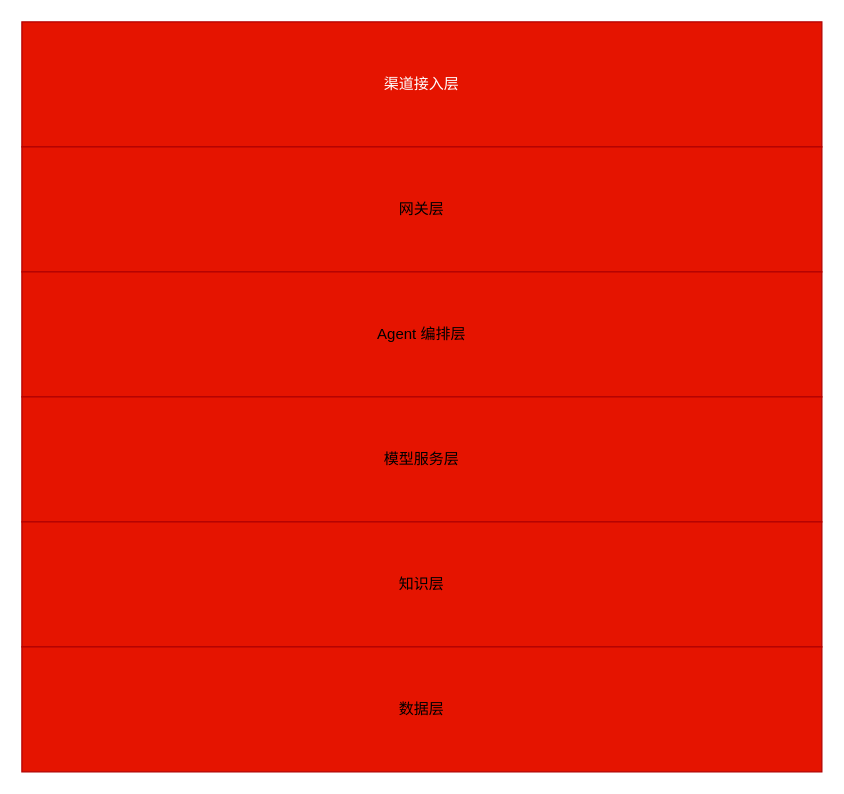
Before: agent 架构.drawio in Que1511/PP_T, a draw.io diagram. Source tidied: cells renumbered, new cells numbered last; positions are measured from the earlier drawing's top-left corner, leaving out a move shared by most shapes. Both pictures are drawn from the tidied source at 125%, with x=0, y=0 at pixel (21, 21).
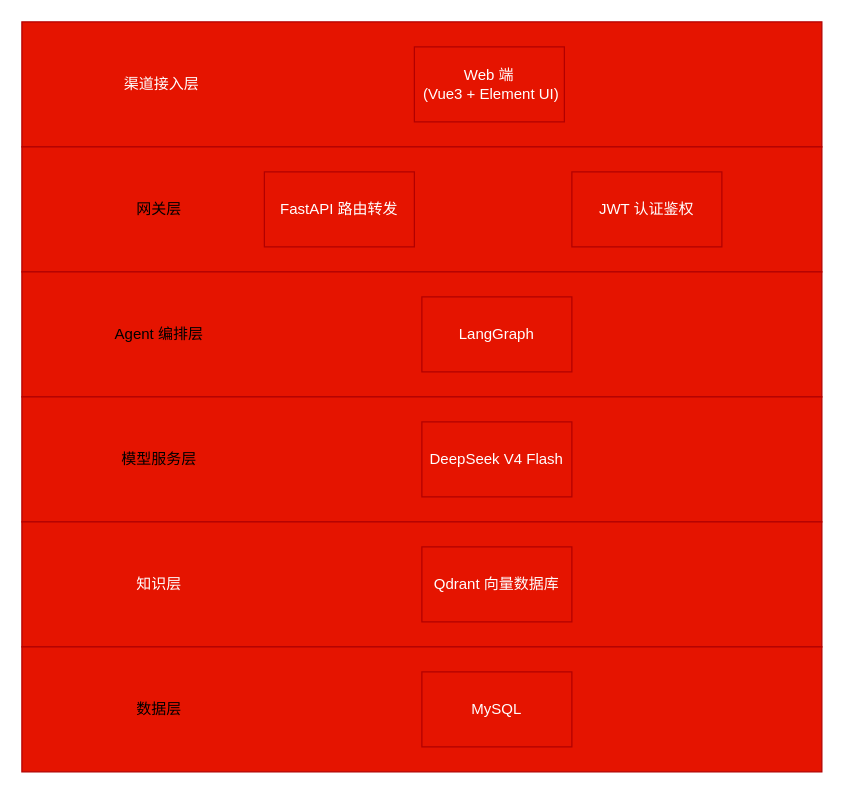
Above is the later version.

Change to the diagram source:
```diff
@@
 <mxGraphModel>
   <root>
     <mxCell id="0" />
     <mxCell id="1" parent="0" />
-    <mxCell id="2" value="渠道接入层" style="rounded=0;whiteSpace=wrap;html=1;fillColor=light-dark(#E51400,#FFFFFF);strokeColor=#B20000;fontColor=#ffffff;" parent="1" vertex="1">
+    <mxCell id="2" value="&lt;span style=&quot;white-space: pre;&quot;&gt;&#9;&lt;/span&gt;&lt;span style=&quot;white-space: pre;&quot;&gt;&#9;&lt;/span&gt;&lt;span style=&quot;white-space: pre;&quot;&gt;&#9;&lt;/span&gt;渠道接入层" style="rounded=0;whiteSpace=wrap;html=1;fillColor=light-dark(#E51400,#FFFFFF);strokeColor=#B20000;fontColor=#ffffff;align=left;" parent="1" vertex="1">
       <mxGeometry width="640" height="100" as="geometry" />
     </mxCell>
     <mxCell id="3" style="rounded=0;whiteSpace=wrap;html=1;fillColor=light-dark(#E51400,#FFFFFF);strokeColor=#B20000;fontColor=#ffffff;" parent="1" vertex="1">
       <mxGeometry y="100" width="640" height="100" as="geometry" />
     </mxCell>
     <mxCell id="4" style="rounded=0;whiteSpace=wrap;html=1;fillColor=light-dark(#E51400,#FFFFFF);strokeColor=#B20000;fontColor=#ffffff;" parent="1" vertex="1">
       <mxGeometry y="200" width="640" height="100" as="geometry" />
     </mxCell>
     <mxCell id="5" style="rounded=0;whiteSpace=wrap;html=1;fillColor=light-dark(#E51400,#FFFFFF);strokeColor=#B20000;fontColor=#ffffff;" parent="1" vertex="1">
       <mxGeometry y="300" width="640" height="100" as="geometry" />
     </mxCell>
-    <mxCell id="6" style="rounded=0;whiteSpace=wrap;html=1;fillColor=light-dark(#E51400,#FFFFFF);strokeColor=#B20000;fontColor=#ffffff;" parent="1" vertex="1">
+    <mxCell id="6" value="&lt;span style=&quot;white-space: pre;&quot;&gt;&#9;&lt;/span&gt;&lt;span style=&quot;white-space: pre;&quot;&gt;&#9;&lt;/span&gt;&lt;span style=&quot;white-space: pre;&quot;&gt;&#9;&lt;/span&gt;&amp;nbsp; &amp;nbsp;知识层" style="rounded=0;whiteSpace=wrap;html=1;fillColor=light-dark(#E51400,#FFFFFF);strokeColor=#B20000;fontColor=#ffffff;align=left;" parent="1" vertex="1">
       <mxGeometry y="400" width="640" height="100" as="geometry" />
     </mxCell>
     <mxCell id="7" style="rounded=0;whiteSpace=wrap;html=1;fillColor=light-dark(#E51400,#FFFFFF);strokeColor=#B20000;fontColor=#ffffff;" parent="1" vertex="1">
       <mxGeometry y="500" width="640" height="100" as="geometry" />
     </mxCell>
     <mxCell id="8" value="&lt;span style=&quot;color: light-dark(rgb(0, 0, 0), rgb(0, 0, 0));&quot;&gt;网关层&lt;/span&gt;" style="text;html=1;whiteSpace=wrap;strokeColor=none;fillColor=none;align=center;verticalAlign=middle;rounded=0;" parent="1" vertex="1">
-      <mxGeometry x="290" y="135" width="60" height="30" as="geometry" />
+      <mxGeometry x="80" y="135" width="60" height="30" as="geometry" />
     </mxCell>
     <mxCell id="9" value="&lt;span style=&quot;color: light-dark(rgb(0, 0, 0), rgb(0, 0, 0));&quot;&gt;Agent 编排层&lt;/span&gt;" style="text;html=1;whiteSpace=wrap;strokeColor=none;fillColor=none;align=center;verticalAlign=middle;rounded=0;" parent="1" vertex="1">
-      <mxGeometry x="280" y="235" width="80" height="30" as="geometry" />
+      <mxGeometry x="70" y="235" width="80" height="30" as="geometry" />
     </mxCell>
     <mxCell id="10" value="&lt;span style=&quot;color: light-dark(rgb(0, 0, 0), rgb(0, 0, 0));&quot;&gt;模型服务层&lt;/span&gt;" style="text;html=1;whiteSpace=wrap;strokeColor=none;fillColor=none;align=center;verticalAlign=middle;rounded=0;" parent="1" vertex="1">
-      <mxGeometry x="280" y="335" width="80" height="30" as="geometry" />
+      <mxGeometry x="70" y="335" width="80" height="30" as="geometry" />
     </mxCell>
     <mxCell id="11" value="&lt;span style=&quot;color: light-dark(rgb(0, 0, 0), rgb(0, 0, 0));&quot;&gt;数据层&lt;/span&gt;" style="text;html=1;whiteSpace=wrap;strokeColor=none;fillColor=none;align=center;verticalAlign=middle;rounded=0;" parent="1" vertex="1">
-      <mxGeometry x="280" y="535" width="80" height="30" as="geometry" />
+      <mxGeometry x="70" y="535" width="80" height="30" as="geometry" />
     </mxCell>
-    <mxCell id="12" value="&lt;font color=&quot;#000000&quot;&gt;知识层&lt;/font&gt;" style="text;html=1;whiteSpace=wrap;strokeColor=none;fillColor=none;align=center;verticalAlign=middle;rounded=0;" parent="1" vertex="1">
-      <mxGeometry x="280" y="435" width="80" height="30" as="geometry" />
-    </mxCell>
+    <mxCell id="13" value="Web 端&lt;div&gt;&amp;nbsp;(Vue3 + Element UI)&lt;/div&gt;" style="rounded=0;whiteSpace=wrap;html=1;fillColor=#e51400;strokeColor=#B20000;fontColor=#ffffff;" parent="1" vertex="1">
+      <mxGeometry x="314" y="20" width="120" height="60" as="geometry" />
+    </mxCell>
+    <mxCell id="14" value="FastAPI 路由转发" style="rounded=0;whiteSpace=wrap;html=1;fillColor=#e51400;strokeColor=#B20000;fontColor=#ffffff;" parent="1" vertex="1">
+      <mxGeometry x="194" y="120" width="120" height="60" as="geometry" />
+    </mxCell>
+    <mxCell id="15" value="JWT 认证鉴权" style="rounded=0;whiteSpace=wrap;html=1;fillColor=#e51400;strokeColor=#B20000;fontColor=#ffffff;" parent="1" vertex="1">
+      <mxGeometry x="440" y="120" width="120" height="60" as="geometry" />
+    </mxCell>
+    <mxCell id="16" value="LangGraph" style="rounded=0;whiteSpace=wrap;html=1;fillColor=#e51400;strokeColor=#B20000;fontColor=#ffffff;" parent="1" vertex="1">
+      <mxGeometry x="320" y="220" width="120" height="60" as="geometry" />
+    </mxCell>
+    <mxCell id="17" value="DeepSeek V4 Flash" style="rounded=0;whiteSpace=wrap;html=1;fillColor=#e51400;strokeColor=#B20000;fontColor=#ffffff;" parent="1" vertex="1">
+      <mxGeometry x="320" y="320" width="120" height="60" as="geometry" />
+    </mxCell>
+    <mxCell id="18" value="Qdrant 向量数据库" style="rounded=0;whiteSpace=wrap;html=1;fillColor=#e51400;strokeColor=#B20000;fontColor=#ffffff;" parent="1" vertex="1">
+      <mxGeometry x="320" y="420" width="120" height="60" as="geometry" />
+    </mxCell>
+    <mxCell id="19" value="MySQL" style="rounded=0;whiteSpace=wrap;html=1;fillColor=#e51400;strokeColor=#B20000;fontColor=#ffffff;" parent="1" vertex="1">
+      <mxGeometry x="320" y="520" width="120" height="60" as="geometry" />
+    </mxCell>
   </root>
 </mxGraphModel>
```
